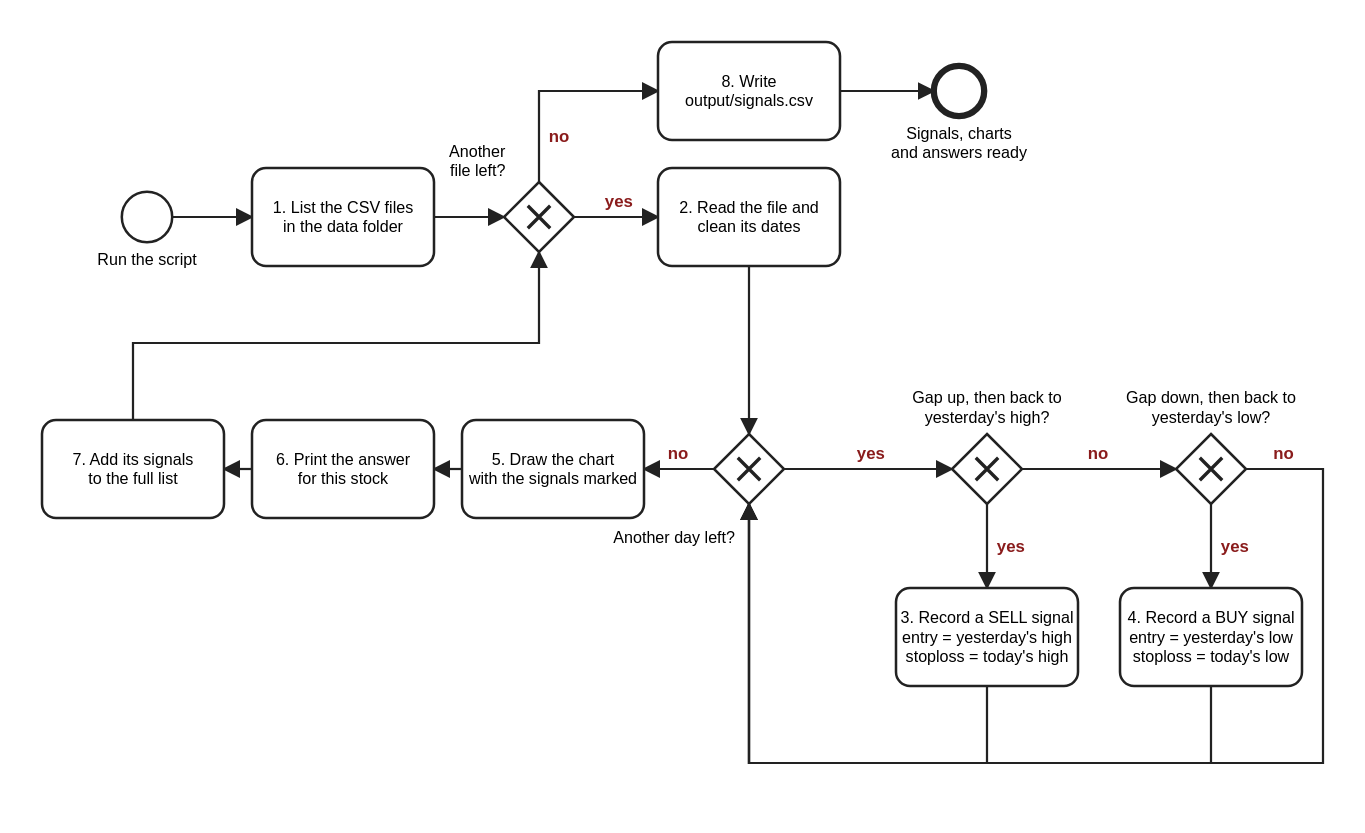
The BPMN diagram chapter-07/activity/First Automation FIN1209/First Automation FIN1209 - Example Flowchart.svg in benjiesotelo-sudo/Telos_FIN1209, before a commit. Its source is kept beside it as chapter-07/activity/First Automation FIN1209/First Automation FIN1209 - Example Flowchart.bpmn. Ids are renumbered.
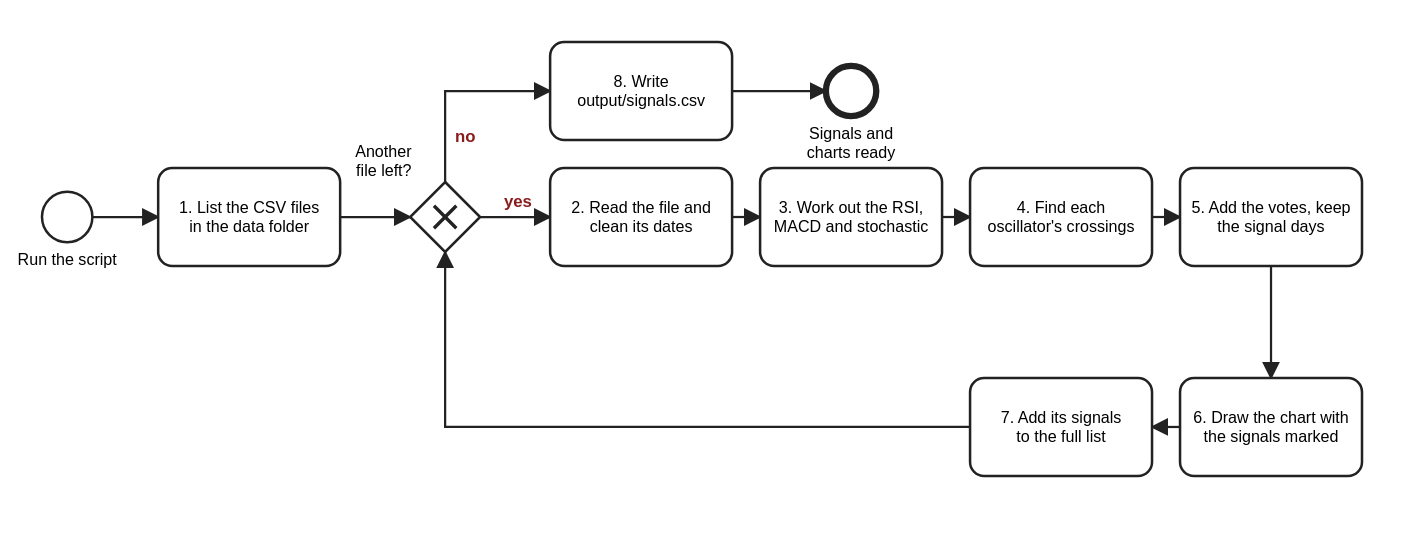
The same file after the commit.

Commit message:
Chapter 7 Activity 2: oscillator design (RSI, MACD, stochastic), 47-line script, new flowchart, manual, video scenes

The edit, as a diff of the source:
```diff
@@ -1,5 +1,5 @@
-<bpmn:definitions xmlns:bpmn="http://www.omg.org/spec/BPMN/20100524/MODEL" xmlns:bpmndi="http://www.omg.org/spec/BPMN/20100524/DI" xmlns:dc="http://www.omg.org/spec/DD/20100524/DC" xmlns:di="http://www.omg.org/spec/DD/20100524/DI" id="Definitions_OopsExample" targetNamespace="http://bpmn.io/schema/bpmn">
-  <bpmn:process id="OopsExample" isExecutable="false">
+<bpmn:definitions xmlns:bpmn="http://www.omg.org/spec/BPMN/20100524/MODEL" xmlns:bpmndi="http://www.omg.org/spec/BPMN/20100524/DI" xmlns:dc="http://www.omg.org/spec/DD/20100524/DC" xmlns:di="http://www.omg.org/spec/DD/20100524/DI" id="Definitions_OscillatorExample" targetNamespace="http://bpmn.io/schema/bpmn">
+  <bpmn:process id="OscillatorExample" isExecutable="false">
     <bpmn:startEvent id="Start" name="Run the script">
       <bpmn:outgoing>F1</bpmn:outgoing>
     </bpmn:startEvent>
@@ -9,204 +9,136 @@
     </bpmn:task>
     <bpmn:exclusiveGateway id="G1" name="Another file left?">
       <bpmn:incoming>F2</bpmn:incoming>
-      <bpmn:incoming>F15</bpmn:incoming>
+      <bpmn:incoming>F9</bpmn:incoming>
       <bpmn:outgoing>F3</bpmn:outgoing>
-      <bpmn:outgoing>F16</bpmn:outgoing>
+      <bpmn:outgoing>F10</bpmn:outgoing>
     </bpmn:exclusiveGateway>
     <bpmn:task id="T2" name="2. Read the file and clean its dates">
       <bpmn:incoming>F3</bpmn:incoming>
       <bpmn:outgoing>F4</bpmn:outgoing>
     </bpmn:task>
-    <bpmn:exclusiveGateway id="G2" name="Another day left?">
+    <bpmn:task id="T3" name="3. Work out the RSI, MACD and stochastic">
       <bpmn:incoming>F4</bpmn:incoming>
-      <bpmn:incoming>F9</bpmn:incoming>
-      <bpmn:incoming>F10</bpmn:incoming>
-      <bpmn:incoming>F11</bpmn:incoming>
       <bpmn:outgoing>F5</bpmn:outgoing>
-      <bpmn:outgoing>F12</bpmn:outgoing>
-    </bpmn:exclusiveGateway>
-    <bpmn:exclusiveGateway id="G3" name="Gap up, then back to yesterday&#x27;s high?">
+    </bpmn:task>
+    <bpmn:task id="T4" name="4. Find each oscillator&#x27;s crossings">
       <bpmn:incoming>F5</bpmn:incoming>
       <bpmn:outgoing>F6</bpmn:outgoing>
+    </bpmn:task>
+    <bpmn:task id="T5" name="5. Add the votes, keep the signal days">
+      <bpmn:incoming>F6</bpmn:incoming>
       <bpmn:outgoing>F7</bpmn:outgoing>
-    </bpmn:exclusiveGateway>
-    <bpmn:exclusiveGateway id="G4" name="Gap down, then back to yesterday&#x27;s low?">
+    </bpmn:task>
+    <bpmn:task id="T6" name="6. Draw the chart with the signals marked">
       <bpmn:incoming>F7</bpmn:incoming>
       <bpmn:outgoing>F8</bpmn:outgoing>
-      <bpmn:outgoing>F11</bpmn:outgoing>
-    </bpmn:exclusiveGateway>
-    <bpmn:task id="T3" name="3. Record a SELL signal entry = yesterday&#x27;s high stoploss = today&#x27;s high">
-      <bpmn:incoming>F6</bpmn:incoming>
+    </bpmn:task>
+    <bpmn:task id="T7" name="7. Add its signals to the full list">
+      <bpmn:incoming>F8</bpmn:incoming>
       <bpmn:outgoing>F9</bpmn:outgoing>
     </bpmn:task>
-    <bpmn:task id="T4" name="4. Record a BUY signal entry = yesterday&#x27;s low stoploss = today&#x27;s low">
-      <bpmn:incoming>F8</bpmn:incoming>
-      <bpmn:outgoing>F10</bpmn:outgoing>
+    <bpmn:task id="T8" name="8. Write output/signals.csv">
+      <bpmn:incoming>F10</bpmn:incoming>
+      <bpmn:outgoing>F11</bpmn:outgoing>
     </bpmn:task>
-    <bpmn:task id="T5" name="5. Draw the chart with the signals marked">
-      <bpmn:incoming>F12</bpmn:incoming>
-      <bpmn:outgoing>F13</bpmn:outgoing>
-    </bpmn:task>
-    <bpmn:task id="T6" name="6. Print the answer for this stock">
-      <bpmn:incoming>F13</bpmn:incoming>
-      <bpmn:outgoing>F14</bpmn:outgoing>
-    </bpmn:task>
-    <bpmn:task id="T7" name="7. Add its signals to the full list">
-      <bpmn:incoming>F14</bpmn:incoming>
-      <bpmn:outgoing>F15</bpmn:outgoing>
-    </bpmn:task>
-    <bpmn:task id="T8" name="8. Write output/signals.csv">
-      <bpmn:incoming>F16</bpmn:incoming>
-      <bpmn:outgoing>F17</bpmn:outgoing>
-    </bpmn:task>
-    <bpmn:endEvent id="End" name="Signals, charts and answers ready">
-      <bpmn:incoming>F17</bpmn:incoming>
+    <bpmn:endEvent id="End" name="Signals and charts ready">
+      <bpmn:incoming>F11</bpmn:incoming>
     </bpmn:endEvent>
     <bpmn:sequenceFlow id="F1" sourceRef="Start" targetRef="T1" />
     <bpmn:sequenceFlow id="F2" sourceRef="T1" targetRef="G1" />
     <bpmn:sequenceFlow id="F3" name="yes" sourceRef="G1" targetRef="T2" />
-    <bpmn:sequenceFlow id="F4" sourceRef="T2" targetRef="G2" />
-    <bpmn:sequenceFlow id="F5" name="yes" sourceRef="G2" targetRef="G3" />
-    <bpmn:sequenceFlow id="F6" name="yes" sourceRef="G3" targetRef="T3" />
-    <bpmn:sequenceFlow id="F7" name="no" sourceRef="G3" targetRef="G4" />
-    <bpmn:sequenceFlow id="F8" name="yes" sourceRef="G4" targetRef="T4" />
-    <bpmn:sequenceFlow id="F9" sourceRef="T3" targetRef="G2" />
-    <bpmn:sequenceFlow id="F10" sourceRef="T4" targetRef="G2" />
-    <bpmn:sequenceFlow id="F11" name="no" sourceRef="G4" targetRef="G2" />
-    <bpmn:sequenceFlow id="F12" name="no" sourceRef="G2" targetRef="T5" />
-    <bpmn:sequenceFlow id="F13" sourceRef="T5" targetRef="T6" />
-    <bpmn:sequenceFlow id="F14" sourceRef="T6" targetRef="T7" />
-    <bpmn:sequenceFlow id="F15" sourceRef="T7" targetRef="G1" />
-    <bpmn:sequenceFlow id="F16" name="no" sourceRef="G1" targetRef="T8" />
-    <bpmn:sequenceFlow id="F17" sourceRef="T8" targetRef="End" />
+    <bpmn:sequenceFlow id="F4" sourceRef="T2" targetRef="T3" />
+    <bpmn:sequenceFlow id="F5" sourceRef="T3" targetRef="T4" />
+    <bpmn:sequenceFlow id="F6" sourceRef="T4" targetRef="T5" />
+    <bpmn:sequenceFlow id="F7" sourceRef="T5" targetRef="T6" />
+    <bpmn:sequenceFlow id="F8" sourceRef="T6" targetRef="T7" />
+    <bpmn:sequenceFlow id="F9" sourceRef="T7" targetRef="G1" />
+    <bpmn:sequenceFlow id="F10" name="no" sourceRef="G1" targetRef="T8" />
+    <bpmn:sequenceFlow id="F11" sourceRef="T8" targetRef="End" />
   </bpmn:process>
-  <bpmndi:BPMNDiagram id="Diagram_OopsExample">
-    <bpmndi:BPMNPlane id="Plane_OopsExample" bpmnElement="OopsExample">
+  <bpmndi:BPMNDiagram id="Diagram_OscillatorExample">
+    <bpmndi:BPMNPlane id="Plane_OscillatorExample" bpmnElement="OscillatorExample">
       <bpmndi:BPMNShape id="Start_di" bpmnElement="Start">
         <dc:Bounds x="42" y="132" width="36" height="36" />
         <bpmndi:BPMNLabel><dc:Bounds x="0" y="172" width="120" height="27" /></bpmndi:BPMNLabel>
       </bpmndi:BPMNShape>
       <bpmndi:BPMNShape id="T1_di" bpmnElement="T1">
-        <dc:Bounds x="135" y="115" width="130" height="70" />
+        <dc:Bounds x="125" y="115" width="130" height="70" />
       </bpmndi:BPMNShape>
       <bpmndi:BPMNShape id="G1_di" bpmnElement="G1" isMarkerVisible="true">
-        <dc:Bounds x="315" y="125" width="50" height="50" />
-        <bpmndi:BPMNLabel><dc:Bounds x="205" y="94" width="120" height="27" /></bpmndi:BPMNLabel>
+        <dc:Bounds x="305" y="125" width="50" height="50" />
+        <bpmndi:BPMNLabel><dc:Bounds x="195" y="94" width="120" height="27" /></bpmndi:BPMNLabel>
       </bpmndi:BPMNShape>
       <bpmndi:BPMNShape id="T2_di" bpmnElement="T2">
-        <dc:Bounds x="425" y="115" width="130" height="70" />
-      </bpmndi:BPMNShape>
-      <bpmndi:BPMNShape id="G2_di" bpmnElement="G2" isMarkerVisible="true">
-        <dc:Bounds x="465" y="305" width="50" height="50" />
-        <bpmndi:BPMNLabel><dc:Bounds x="355" y="369" width="120" height="27" /></bpmndi:BPMNLabel>
-      </bpmndi:BPMNShape>
-      <bpmndi:BPMNShape id="G3_di" bpmnElement="G3" isMarkerVisible="true">
-        <dc:Bounds x="635" y="305" width="50" height="50" />
-        <bpmndi:BPMNLabel><dc:Bounds x="600" y="274" width="120" height="27" /></bpmndi:BPMNLabel>
-      </bpmndi:BPMNShape>
-      <bpmndi:BPMNShape id="G4_di" bpmnElement="G4" isMarkerVisible="true">
-        <dc:Bounds x="795" y="305" width="50" height="50" />
-        <bpmndi:BPMNLabel><dc:Bounds x="760" y="274" width="120" height="27" /></bpmndi:BPMNLabel>
+        <dc:Bounds x="405" y="115" width="130" height="70" />
       </bpmndi:BPMNShape>
       <bpmndi:BPMNShape id="T3_di" bpmnElement="T3">
-        <dc:Bounds x="595" y="415" width="130" height="70" />
+        <dc:Bounds x="555" y="115" width="130" height="70" />
       </bpmndi:BPMNShape>
       <bpmndi:BPMNShape id="T4_di" bpmnElement="T4">
-        <dc:Bounds x="755" y="415" width="130" height="70" />
+        <dc:Bounds x="705" y="115" width="130" height="70" />
       </bpmndi:BPMNShape>
       <bpmndi:BPMNShape id="T5_di" bpmnElement="T5">
-        <dc:Bounds x="285" y="295" width="130" height="70" />
+        <dc:Bounds x="855" y="115" width="130" height="70" />
       </bpmndi:BPMNShape>
       <bpmndi:BPMNShape id="T6_di" bpmnElement="T6">
-        <dc:Bounds x="135" y="295" width="130" height="70" />
+        <dc:Bounds x="855" y="265" width="130" height="70" />
       </bpmndi:BPMNShape>
       <bpmndi:BPMNShape id="T7_di" bpmnElement="T7">
-        <dc:Bounds x="-15" y="295" width="130" height="70" />
+        <dc:Bounds x="705" y="265" width="130" height="70" />
       </bpmndi:BPMNShape>
       <bpmndi:BPMNShape id="T8_di" bpmnElement="T8">
-        <dc:Bounds x="425" y="25" width="130" height="70" />
+        <dc:Bounds x="405" y="25" width="130" height="70" />
       </bpmndi:BPMNShape>
       <bpmndi:BPMNShape id="End_di" bpmnElement="End">
-        <dc:Bounds x="622" y="42" width="36" height="36" />
-        <bpmndi:BPMNLabel><dc:Bounds x="580" y="82" width="120" height="27" /></bpmndi:BPMNLabel>
+        <dc:Bounds x="602" y="42" width="36" height="36" />
+        <bpmndi:BPMNLabel><dc:Bounds x="560" y="82" width="120" height="27" /></bpmndi:BPMNLabel>
       </bpmndi:BPMNShape>
       <bpmndi:BPMNEdge id="F1_di" bpmnElement="F1">
         <di:waypoint x="78" y="150" />
-        <di:waypoint x="135" y="150" />
+        <di:waypoint x="125" y="150" />
       </bpmndi:BPMNEdge>
       <bpmndi:BPMNEdge id="F2_di" bpmnElement="F2">
-        <di:waypoint x="265" y="150" />
-        <di:waypoint x="315" y="150" />
+        <di:waypoint x="255" y="150" />
+        <di:waypoint x="305" y="150" />
       </bpmndi:BPMNEdge>
       <bpmndi:BPMNEdge id="F3_di" bpmnElement="F3">
-        <di:waypoint x="365" y="150" />
-        <di:waypoint x="425" y="150" />
+        <di:waypoint x="355" y="150" />
+        <di:waypoint x="405" y="150" />
       </bpmndi:BPMNEdge>
       <bpmndi:BPMNEdge id="F4_di" bpmnElement="F4">
-        <di:waypoint x="490" y="185" />
-        <di:waypoint x="490" y="305" />
+        <di:waypoint x="535" y="150" />
+        <di:waypoint x="555" y="150" />
       </bpmndi:BPMNEdge>
       <bpmndi:BPMNEdge id="F5_di" bpmnElement="F5">
-        <di:waypoint x="515" y="330" />
-        <di:waypoint x="635" y="330" />
+        <di:waypoint x="685" y="150" />
+        <di:waypoint x="705" y="150" />
       </bpmndi:BPMNEdge>
       <bpmndi:BPMNEdge id="F6_di" bpmnElement="F6">
-        <di:waypoint x="660" y="355" />
-        <di:waypoint x="660" y="415" />
+        <di:waypoint x="835" y="150" />
+        <di:waypoint x="855" y="150" />
       </bpmndi:BPMNEdge>
       <bpmndi:BPMNEdge id="F7_di" bpmnElement="F7">
-        <di:waypoint x="685" y="330" />
-        <di:waypoint x="795" y="330" />
+        <di:waypoint x="920" y="185" />
+        <di:waypoint x="920" y="265" />
       </bpmndi:BPMNEdge>
       <bpmndi:BPMNEdge id="F8_di" bpmnElement="F8">
-        <di:waypoint x="820" y="355" />
-        <di:waypoint x="820" y="415" />
+        <di:waypoint x="855" y="300" />
+        <di:waypoint x="835" y="300" />
       </bpmndi:BPMNEdge>
       <bpmndi:BPMNEdge id="F9_di" bpmnElement="F9">
-        <di:waypoint x="660" y="485" />
-        <di:waypoint x="660" y="540" />
-        <di:waypoint x="490" y="540" />
-        <di:waypoint x="490" y="355" />
+        <di:waypoint x="705" y="300" />
+        <di:waypoint x="330" y="300" />
+        <di:waypoint x="330" y="175" />
       </bpmndi:BPMNEdge>
       <bpmndi:BPMNEdge id="F10_di" bpmnElement="F10">
-        <di:waypoint x="820" y="485" />
-        <di:waypoint x="820" y="540" />
-        <di:waypoint x="490" y="540" />
-        <di:waypoint x="490" y="355" />
+        <di:waypoint x="330" y="125" />
+        <di:waypoint x="330" y="60" />
+        <di:waypoint x="405" y="60" />
       </bpmndi:BPMNEdge>
       <bpmndi:BPMNEdge id="F11_di" bpmnElement="F11">
-        <di:waypoint x="845" y="330" />
-        <di:waypoint x="900" y="330" />
-        <di:waypoint x="900" y="540" />
-        <di:waypoint x="490" y="540" />
-        <di:waypoint x="490" y="355" />
-      </bpmndi:BPMNEdge>
-      <bpmndi:BPMNEdge id="F12_di" bpmnElement="F12">
-        <di:waypoint x="465" y="330" />
-        <di:waypoint x="415" y="330" />
-      </bpmndi:BPMNEdge>
-      <bpmndi:BPMNEdge id="F13_di" bpmnElement="F13">
-        <di:waypoint x="285" y="330" />
-        <di:waypoint x="265" y="330" />
-      </bpmndi:BPMNEdge>
-      <bpmndi:BPMNEdge id="F14_di" bpmnElement="F14">
-        <di:waypoint x="135" y="330" />
-        <di:waypoint x="115" y="330" />
-      </bpmndi:BPMNEdge>
-      <bpmndi:BPMNEdge id="F15_di" bpmnElement="F15">
-        <di:waypoint x="50" y="295" />
-        <di:waypoint x="50" y="240" />
-        <di:waypoint x="340" y="240" />
-        <di:waypoint x="340" y="175" />
-      </bpmndi:BPMNEdge>
-      <bpmndi:BPMNEdge id="F16_di" bpmnElement="F16">
-        <di:waypoint x="340" y="125" />
-        <di:waypoint x="340" y="60" />
-        <di:waypoint x="425" y="60" />
-      </bpmndi:BPMNEdge>
-      <bpmndi:BPMNEdge id="F17_di" bpmnElement="F17">
-        <di:waypoint x="555" y="60" />
-        <di:waypoint x="622" y="60" />
+        <di:waypoint x="535" y="60" />
+        <di:waypoint x="602" y="60" />
       </bpmndi:BPMNEdge>
     </bpmndi:BPMNPlane>
   </bpmndi:BPMNDiagram>
```
